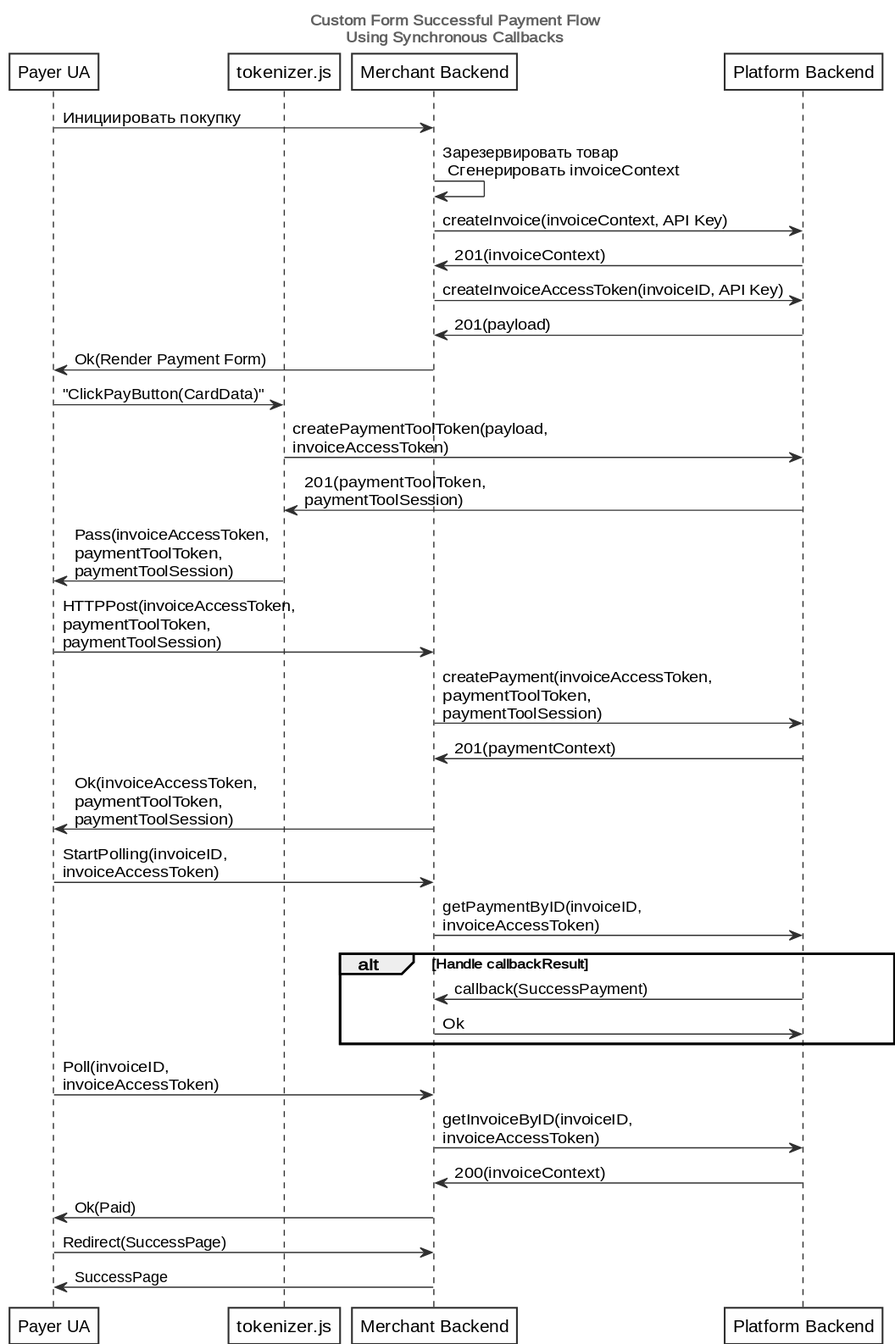
This is content/wsd/custom_form_w_cb.svg from rbkmoney/docs, a PlantUML export, as it was before one commit. Its source is kept beside it as content/wsd/custom_form_w_cb.wsd.
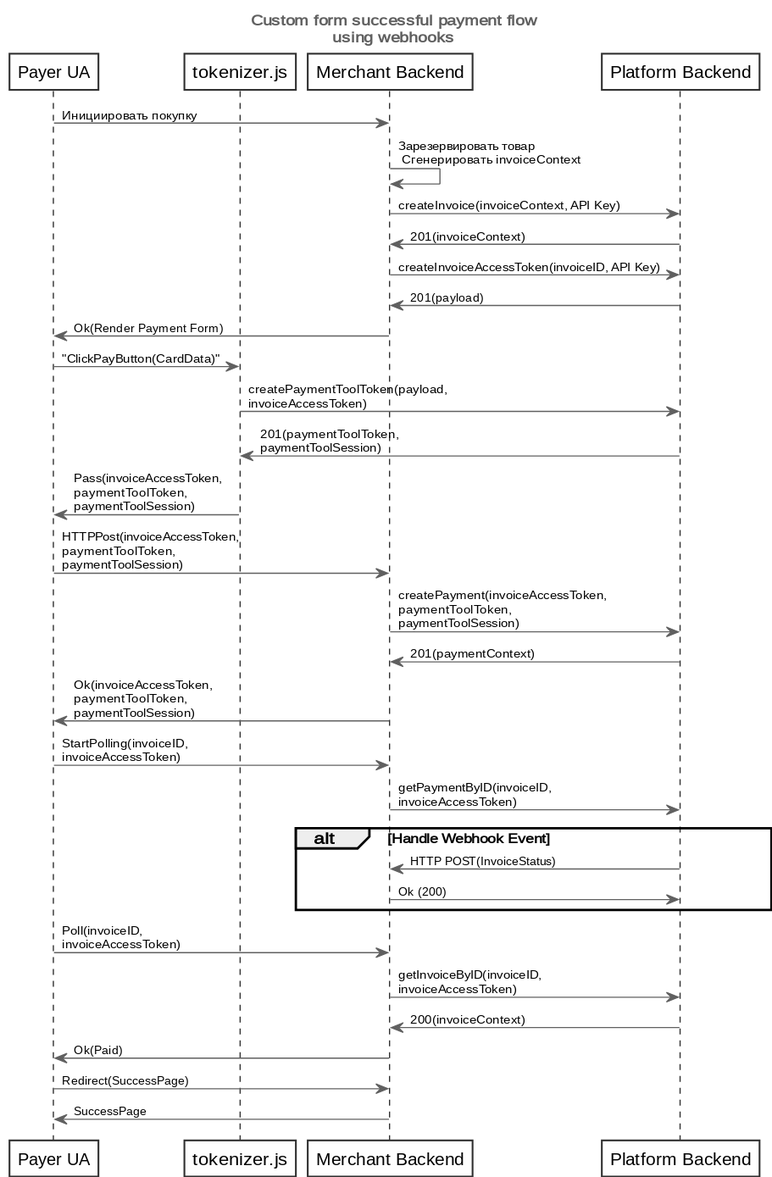
Above is the later version.

Change to the diagram source:
```diff
@@ -2,7 +2,7 @@
 
 !include "plantuml-toolset/super-serious-skin.iwsd"
 
-title Custom Form Successful Payment Flow\nUsing Synchronous Callbacks
+title Custom form successful payment flow\nusing webhooks
 
 participant "Payer UA" as UA
 participant "tokenizer.js" as TKN
@@ -39,9 +39,9 @@
 UA -> MBE: StartPolling(invoiceID,\ninvoiceAccessToken)
 MBE -> PBE: getPaymentByID(invoiceID,\ninvoiceAccessToken)
 
-alt Handle callbackResult
-PBE -> MBE: callback(SuccessPayment)
-MBE -> PBE: Ok
+alt Handle Webhook Event
+PBE -> MBE: HTTP POST(InvoiceStatus)
+MBE -> PBE: Ok (200)
 end
 
 UA -> MBE: Poll(invoiceID,\ninvoiceAccessToken)
```
